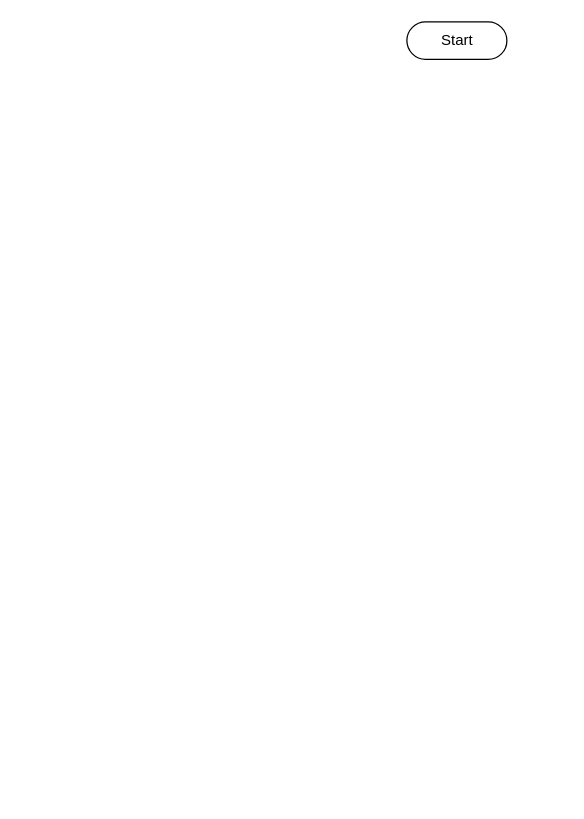
This is flowchart/flowchart1.drawio from hackking3333/DataStore101, a draw.io file, before an edit. Source tidied: cells renumbered, new cells numbered last; positions are measured from the earlier drawing's top-left corner, leaving out a move shared by most shapes. Both pictures are drawn from the tidied source at 125%, with x=0, y=0 at pixel (406, 21).
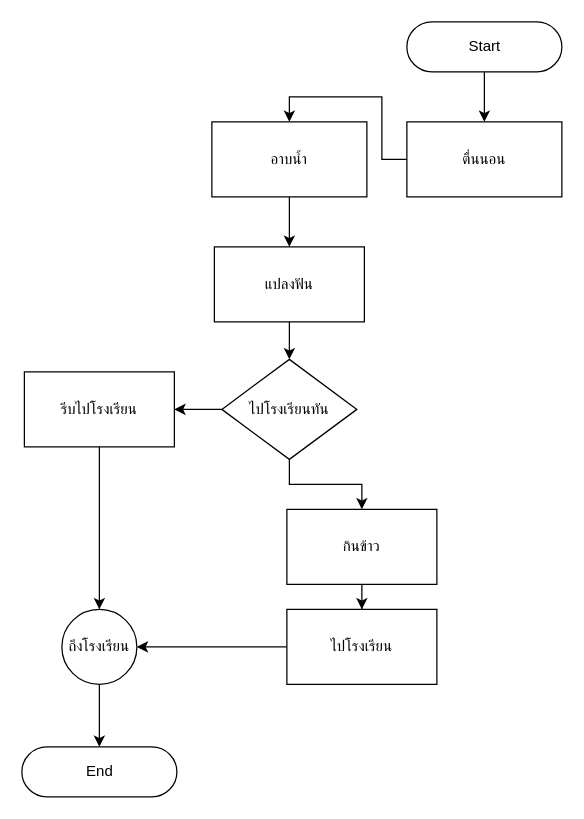
The same diagram, later.

The edit, as a diff of the source:
```diff
@@
+    <mxCell id="3" style="edgeStyle=orthogonalEdgeStyle;rounded=0;jettySize=auto;html=1;entryX=0.5;entryY=0;entryDx=0;entryDy=0;" parent="1" edge="1" source="2" target="5">
+      <mxGeometry relative="1" as="geometry" />
+    </mxCell>
     <mxCell id="2" value="Start" style="html=1;dashed=0;whitespace=wrap;shape=mxgraph.dfd.start;" parent="1" vertex="1">
-      <mxGeometry width="80" height="30" as="geometry" />
+      <mxGeometry width="124" height="40" as="geometry" />
     </mxCell>
+    <mxCell id="4" style="edgeStyle=orthogonalEdgeStyle;rounded=0;jettySize=auto;html=1;entryX=0.5;entryY=0;entryDx=0;entryDy=0;" parent="1" edge="1" source="5" target="7">
+      <mxGeometry relative="1" as="geometry" />
+    </mxCell>
+    <mxCell id="5" value="ตื่นนอน" style="rounded=0;whiteSpace=wrap;html=1;fillStyle=auto;fillColor=#FFFFFF;" parent="1" vertex="1">
+      <mxGeometry y="80" width="124" height="60" as="geometry" />
+    </mxCell>
+    <mxCell id="6" style="edgeStyle=orthogonalEdgeStyle;rounded=0;jettySize=auto;html=1;" parent="1" edge="1" source="7" target="9">
+      <mxGeometry relative="1" as="geometry" />
+    </mxCell>
+    <mxCell id="7" value="อาบนํ้า" style="rounded=0;whiteSpace=wrap;html=1;fillStyle=auto;fillColor=#FFFFFF;" parent="1" vertex="1">
+      <mxGeometry x="-156" y="80" width="124" height="60" as="geometry" />
+    </mxCell>
+    <mxCell id="8" style="edgeStyle=orthogonalEdgeStyle;rounded=0;jettySize=auto;html=1;entryX=0.5;entryY=0;entryDx=0;entryDy=0;" parent="1" edge="1" source="9" target="12">
+      <mxGeometry relative="1" as="geometry" />
+    </mxCell>
+    <mxCell id="9" value="แปลงฟัน" style="rounded=0;whiteSpace=wrap;html=1;fillStyle=auto;fillColor=#FFFFFF;" parent="1" vertex="1">
+      <mxGeometry x="-154" y="180" width="120" height="60" as="geometry" />
+    </mxCell>
+    <mxCell id="10" style="edgeStyle=orthogonalEdgeStyle;rounded=0;jettySize=auto;html=1;" parent="1" edge="1" source="12" target="14">
+      <mxGeometry relative="1" as="geometry" />
+    </mxCell>
+    <mxCell id="11" style="edgeStyle=orthogonalEdgeStyle;rounded=0;jettySize=auto;html=1;" parent="1" edge="1" source="12" target="16">
+      <mxGeometry relative="1" as="geometry" />
+    </mxCell>
+    <mxCell id="12" value="ไปโรงเรียนทัน" style="rhombus;whiteSpace=wrap;html=1;fillStyle=auto;fillColor=#FFFFFF;" parent="1" vertex="1">
+      <mxGeometry x="-148" y="270" width="108" height="80" as="geometry" />
+    </mxCell>
+    <mxCell id="13" style="edgeStyle=orthogonalEdgeStyle;rounded=0;jettySize=auto;html=1;" parent="1" edge="1" source="14" target="18">
+      <mxGeometry relative="1" as="geometry" />
+    </mxCell>
+    <mxCell id="14" value="กินข้าว" style="rounded=0;whiteSpace=wrap;html=1;fillStyle=auto;fillColor=#FFFFFF;" parent="1" vertex="1">
+      <mxGeometry x="-96" y="390" width="120" height="60" as="geometry" />
+    </mxCell>
+    <mxCell id="15" style="edgeStyle=orthogonalEdgeStyle;rounded=0;jettySize=auto;html=1;entryX=0.5;entryY=0;entryDx=0;entryDy=0;" parent="1" edge="1" source="16" target="20">
+      <mxGeometry relative="1" as="geometry" />
+    </mxCell>
+    <mxCell id="16" value="รีบไปโรงเรียน" style="rounded=0;whiteSpace=wrap;html=1;fillStyle=auto;fillColor=#FFFFFF;" parent="1" vertex="1">
+      <mxGeometry x="-306" y="280" width="120" height="60" as="geometry" />
+    </mxCell>
+    <mxCell id="17" style="edgeStyle=orthogonalEdgeStyle;rounded=0;jettySize=auto;html=1;entryX=1;entryY=0.5;entryDx=0;entryDy=0;" parent="1" edge="1" source="18" target="20">
+      <mxGeometry relative="1" as="geometry" />
+    </mxCell>
+    <mxCell id="18" value="ไปโรงเรียน" style="rounded=0;whiteSpace=wrap;html=1;fillStyle=auto;fillColor=#FFFFFF;" parent="1" vertex="1">
+      <mxGeometry x="-96" y="470" width="120" height="60" as="geometry" />
+    </mxCell>
+    <mxCell id="19" style="edgeStyle=orthogonalEdgeStyle;rounded=0;jettySize=auto;html=1;" parent="1" edge="1" source="20" target="21">
+      <mxGeometry relative="1" as="geometry" />
+    </mxCell>
+    <mxCell id="20" value="ถึงโรงเรียน" style="ellipse;whiteSpace=wrap;html=1;fillStyle=auto;fillColor=#FFFFFF;" parent="1" vertex="1">
+      <mxGeometry x="-276" y="470" width="60" height="60" as="geometry" />
+    </mxCell>
+    <mxCell id="21" value="End" style="html=1;dashed=0;whitespace=wrap;shape=mxgraph.dfd.start;" parent="1" vertex="1">
+      <mxGeometry x="-308" y="580" width="124" height="40" as="geometry" />
+    </mxCell>
```
